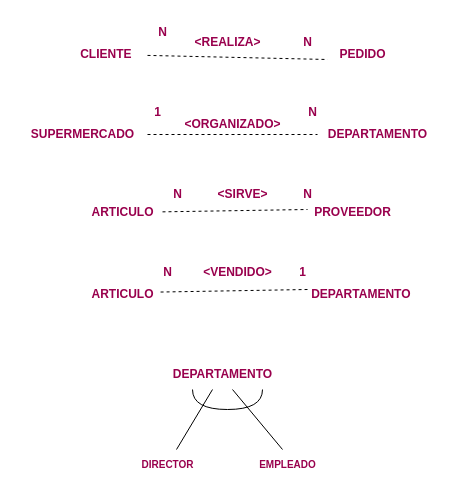
This is page "Page-6" (6 of 10) of BaT3.drawio from NelvaAdalit/BASE-DE-DATOS-2, a draw.io file, before an edit. Source tidied: cells renumbered, new cells numbered last; positions are measured from the earlier drawing's top-left corner, leaving out a move shared by most shapes. Both pictures are drawn from the tidied source at 100%, with x=0, y=0 at pixel (17, 17).
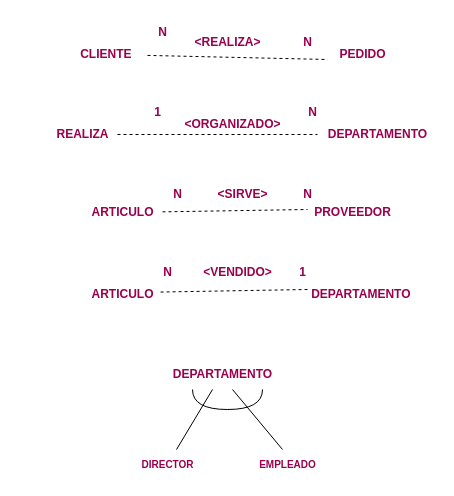
The same page after the edit.

Diff of the diagram source:
```diff
@@
-    <mxCell id="4" value="SUPERMERCADO" style="text;html=1;align=center;verticalAlign=middle;points=[];strokeColor=none;fillColor=none;fontStyle=1;fontColor=#99004D;" parent="1" vertex="1">
-      <mxGeometry y="102" width="130" height="30" as="geometry" />
+    <mxCell id="4" value="REALIZA" style="text;html=1;align=center;verticalAlign=middle;points=[];strokeColor=none;fillColor=none;fontStyle=1;fontColor=#99004D;" parent="1" vertex="1">
+      <mxGeometry x="30" y="102" width="70" height="30" as="geometry" />
     </mxCell>
```
